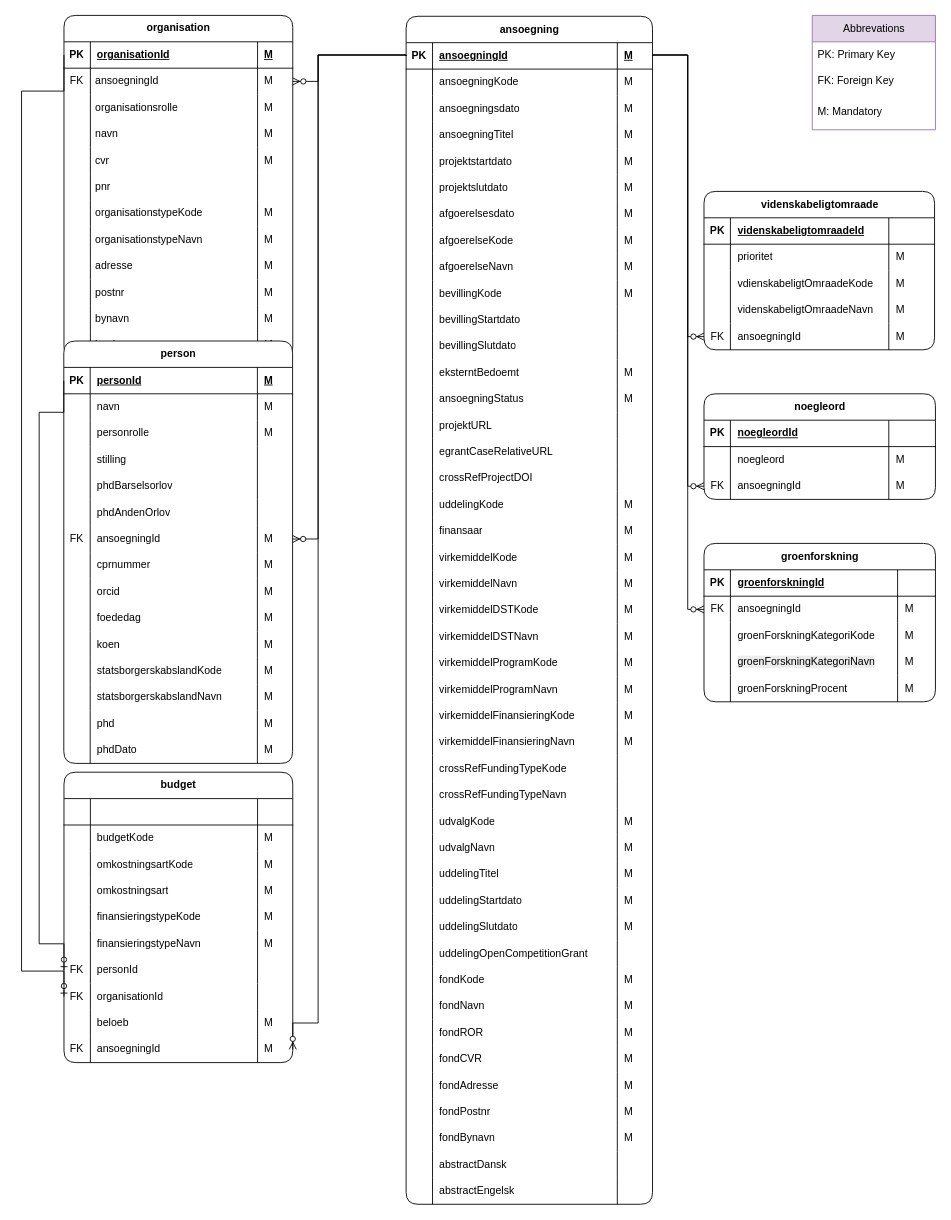
thomas-lange-dk/Grants keeps this draw.io diagram as page "NY Raw" (4 of 5) of Grants model.drawio. Above is the earlier version. Source tidied: cells renumbered, new cells numbered last; positions are measured from the earlier drawing's top-left corner, leaving out a move shared by most shapes. Both pictures are drawn from the tidied source at 88%, with x=0, y=0 at pixel (21, 15).
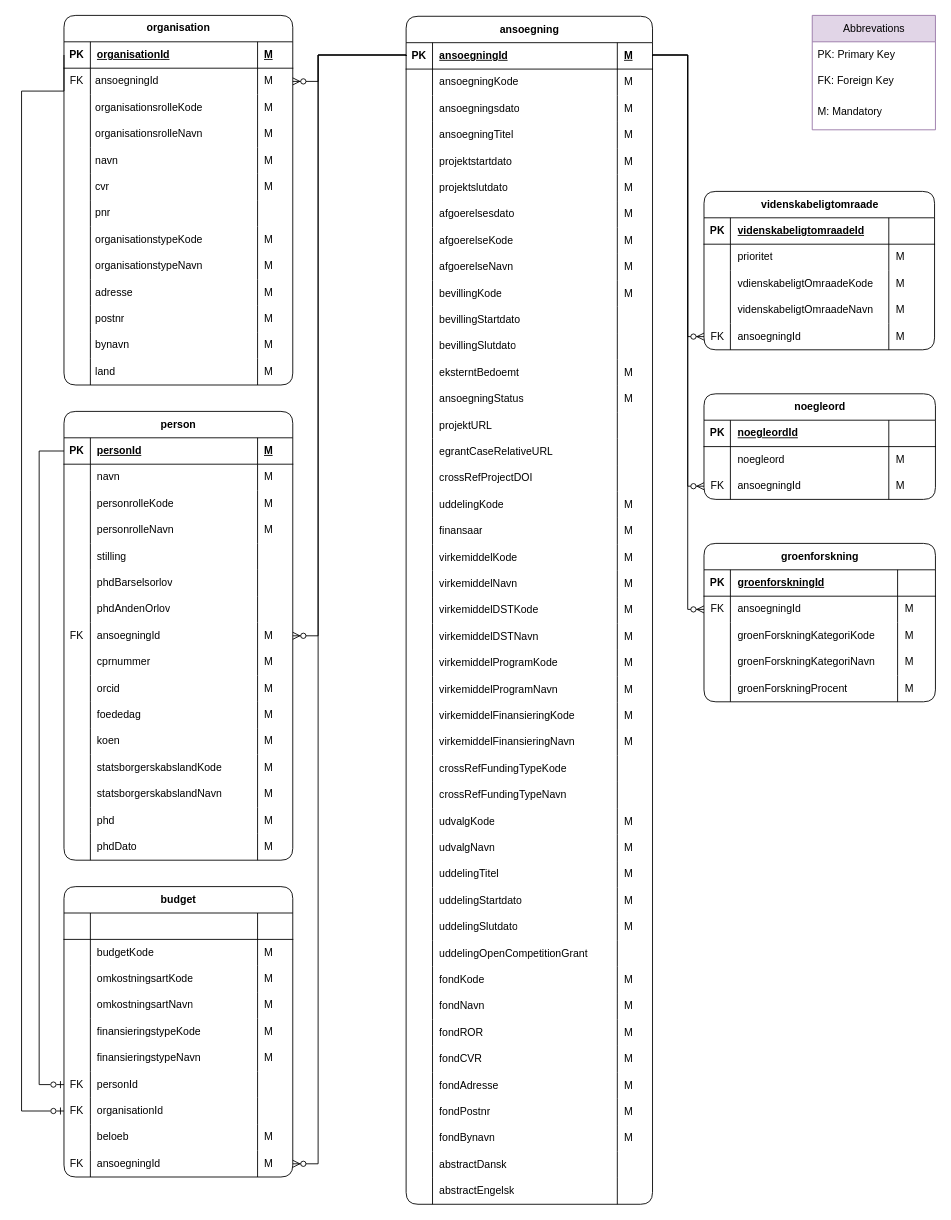
Above is the later version.

Unchanged cells that the change refers to:
```xml
<mxCell id="4" value="PK" style="shape=partialRectangle;fillColor=none;top=0;left=0;bottom=0;right=0;fontStyle=1;overflow=hidden;whiteSpace=wrap;html=1;shadow=0;spacingBottom=0;spacingTop=0;" parent="3" vertex="1">
  <mxGeometry width="30" height="30" as="geometry" />
</mxCell>
<mxCell id="11" style="shape=tableRow;horizontal=0;startSize=0;swimlaneHead=0;swimlaneBody=0;fillColor=none;top=0;left=0;right=0;bottom=0;shadow=0;spacingBottom=0;spacingTop=0;" parent="2" vertex="1">
  <mxGeometry y="90" width="260" height="30" as="geometry" />
</mxCell>
<mxCell id="92" value="PK" style="shape=partialRectangle;fillColor=none;top=0;left=0;bottom=0;right=0;fontStyle=1;overflow=hidden;whiteSpace=wrap;html=1;shadow=0;" parent="91" vertex="1">
  <mxGeometry width="30" height="30" as="geometry" />
</mxCell>
<mxCell id="269" value="PK" style="shape=partialRectangle;fillColor=none;top=0;left=0;bottom=0;right=0;fontStyle=1;overflow=hidden;whiteSpace=wrap;html=1;shadow=0;" parent="268" vertex="1">
  <mxGeometry width="30" height="30" as="geometry" />
</mxCell>
<mxCell id="276" style="shape=tableRow;horizontal=0;startSize=0;swimlaneHead=0;swimlaneBody=0;fillColor=none;top=0;left=0;right=0;bottom=0;shadow=0;" parent="267" vertex="1">
  <mxGeometry y="90" width="260" height="30" as="geometry" />
</mxCell>
<mxCell id="295" value="M" style="shape=partialRectangle;fillColor=none;top=0;left=0;bottom=0;right=0;align=left;spacingLeft=6;overflow=hidden;whiteSpace=wrap;html=1;shadow=0;" parent="292" vertex="1">
  <mxGeometry x="220" width="40" height="30" as="geometry" />
</mxCell>
<mxCell id="341" style="shape=tableRow;horizontal=0;startSize=0;swimlaneHead=0;swimlaneBody=0;fillColor=none;top=0;left=0;right=0;bottom=0;shadow=0;" parent="328" vertex="1">
  <mxGeometry y="120" width="260" height="30" as="geometry" />
</mxCell>
<mxCell id="354" value="FK" style="shape=partialRectangle;fillColor=none;top=0;left=0;bottom=0;right=0;overflow=hidden;whiteSpace=wrap;html=1;shadow=0;" parent="353" vertex="1">
  <mxGeometry width="30" height="30" as="geometry" />
</mxCell>
<mxCell id="358" value="FK" style="shape=partialRectangle;fillColor=none;top=0;left=0;bottom=0;right=0;overflow=hidden;whiteSpace=wrap;html=1;shadow=0;" parent="357" vertex="1">
  <mxGeometry width="30" height="30" as="geometry" />
</mxCell>
<mxCell id="368" value="M" style="shape=partialRectangle;fillColor=none;top=0;left=0;bottom=0;right=0;align=left;spacingLeft=6;overflow=hidden;whiteSpace=wrap;html=1;shadow=0;" parent="365" vertex="1">
  <mxGeometry x="220" width="40" height="30" as="geometry" />
</mxCell>
<mxCell id="388" style="shape=tableRow;horizontal=0;startSize=0;swimlaneHead=0;swimlaneBody=0;fillColor=none;top=0;left=0;right=0;bottom=0;shadow=0;" parent="375" vertex="1">
  <mxGeometry y="120" width="263" height="30" as="geometry" />
</mxCell>
```

Diff of the diagram source:
```diff
@@
     <mxCell id="2" value="organisation" style="shape=table;startSize=30;childLayout=tableLayout;rowLines=0;fontStyle=1;align=center;html=1;rounded=1;shadow=0;spacing=-3;spacingTop=-3;" parent="1" vertex="1">
-      <mxGeometry x="48.2" width="260" height="390" as="geometry" />
+      <mxGeometry x="48.2" width="260" height="420" as="geometry" />
     </mxCell>
@@
-    <mxCell id="13" value="organisationsrolle" style="shape=partialRectangle;fillColor=none;top=0;left=0;bottom=0;right=0;align=left;spacingLeft=6;overflow=hidden;whiteSpace=wrap;html=1;shadow=0;spacing=0;spacingBottom=0;spacingTop=0;verticalAlign=middle;" parent="11" vertex="1">
+    <mxCell id="13" value="organisationsrolleKode" style="shape=partialRectangle;fillColor=none;top=0;left=0;bottom=0;right=0;align=left;spacingLeft=6;overflow=hidden;whiteSpace=wrap;html=1;shadow=0;spacing=0;spacingBottom=0;spacingTop=0;verticalAlign=middle;" parent="11" vertex="1">
       <mxGeometry x="30" width="190" height="30" as="geometry" />
     </mxCell>
@@
+    <mxCell id="397" style="shape=tableRow;horizontal=0;startSize=0;swimlaneHead=0;swimlaneBody=0;fillColor=none;top=0;left=0;right=0;bottom=0;shadow=0;spacingBottom=0;spacingTop=0;" parent="2" vertex="1">
+      <mxGeometry y="120" width="260" height="30" as="geometry" />
+    </mxCell>
+    <mxCell id="398" style="shape=partialRectangle;fillColor=none;top=0;left=0;bottom=0;right=0;overflow=hidden;whiteSpace=wrap;html=1;shadow=0;spacingBottom=0;spacingTop=0;" parent="397" vertex="1">
+      <mxGeometry width="30" height="30" as="geometry" />
+    </mxCell>
+    <mxCell id="399" value="organisationsrolleNavn" style="shape=partialRectangle;fillColor=none;top=0;left=0;bottom=0;right=0;align=left;spacingLeft=6;overflow=hidden;whiteSpace=wrap;html=1;shadow=0;spacing=0;spacingBottom=0;spacingTop=0;verticalAlign=middle;" parent="397" vertex="1">
+      <mxGeometry x="30" width="190" height="30" as="geometry" />
+    </mxCell>
+    <mxCell id="400" value="M" style="shape=partialRectangle;fillColor=none;top=0;left=0;bottom=0;right=0;align=left;spacingLeft=6;overflow=hidden;whiteSpace=wrap;html=1;shadow=0;spacingBottom=0;spacingTop=0;" parent="397" vertex="1">
+      <mxGeometry x="220" width="40" height="30" as="geometry" />
+    </mxCell>
     <mxCell id="15" style="shape=tableRow;horizontal=0;startSize=0;swimlaneHead=0;swimlaneBody=0;fillColor=none;top=0;left=0;right=0;bottom=0;shadow=0;spacingBottom=0;spacingTop=0;" parent="2" vertex="1">
-      <mxGeometry y="120" width="260" height="30" as="geometry" />
+      <mxGeometry y="150" width="260" height="30" as="geometry" />
     </mxCell>
@@
     <mxCell id="19" style="shape=tableRow;horizontal=0;startSize=0;swimlaneHead=0;swimlaneBody=0;fillColor=none;top=0;left=0;right=0;bottom=0;shadow=0;spacingBottom=0;spacingTop=0;" parent="2" vertex="1">
-      <mxGeometry y="150" width="260" height="30" as="geometry" />
+      <mxGeometry y="180" width="260" height="30" as="geometry" />
     </mxCell>
@@
     <mxCell id="23" style="shape=tableRow;horizontal=0;startSize=0;swimlaneHead=0;swimlaneBody=0;fillColor=none;top=0;left=0;right=0;bottom=0;shadow=0;spacingBottom=0;spacingTop=0;" parent="2" vertex="1">
-      <mxGeometry y="180" width="260" height="30" as="geometry" />
+      <mxGeometry y="210" width="260" height="30" as="geometry" />
     </mxCell>
@@
     <mxCell id="27" style="shape=tableRow;horizontal=0;startSize=0;swimlaneHead=0;swimlaneBody=0;fillColor=none;top=0;left=0;right=0;bottom=0;shadow=0;spacingBottom=0;spacingTop=0;" parent="2" vertex="1">
-      <mxGeometry y="210" width="260" height="30" as="geometry" />
+      <mxGeometry y="240" width="260" height="30" as="geometry" />
     </mxCell>
@@
     <mxCell id="31" style="shape=tableRow;horizontal=0;startSize=0;swimlaneHead=0;swimlaneBody=0;fillColor=none;top=0;left=0;right=0;bottom=0;shadow=0;spacingBottom=0;spacingTop=0;" parent="2" vertex="1">
-      <mxGeometry y="240" width="260" height="30" as="geometry" />
+      <mxGeometry y="270" width="260" height="30" as="geometry" />
     </mxCell>
@@
     <mxCell id="35" style="shape=tableRow;horizontal=0;startSize=0;swimlaneHead=0;swimlaneBody=0;fillColor=none;top=0;left=0;right=0;bottom=0;shadow=0;spacingBottom=0;spacingTop=0;" parent="2" vertex="1">
-      <mxGeometry y="270" width="260" height="30" as="geometry" />
+      <mxGeometry y="300" width="260" height="30" as="geometry" />
     </mxCell>
@@
     <mxCell id="39" style="shape=tableRow;horizontal=0;startSize=0;swimlaneHead=0;swimlaneBody=0;fillColor=none;top=0;left=0;right=0;bottom=0;shadow=0;spacingBottom=0;spacingTop=0;" parent="2" vertex="1">
-      <mxGeometry y="300" width="260" height="30" as="geometry" />
+      <mxGeometry y="330" width="260" height="30" as="geometry" />
     </mxCell>
@@
     <mxCell id="43" style="shape=tableRow;horizontal=0;startSize=0;swimlaneHead=0;swimlaneBody=0;fillColor=none;top=0;left=0;right=0;bottom=0;shadow=0;spacingBottom=0;spacingTop=0;" parent="2" vertex="1">
-      <mxGeometry y="330" width="260" height="30" as="geometry" />
+      <mxGeometry y="360" width="260" height="30" as="geometry" />
     </mxCell>
@@
     <mxCell id="47" style="shape=tableRow;horizontal=0;startSize=0;swimlaneHead=0;swimlaneBody=0;fillColor=none;top=0;left=0;right=0;bottom=0;shadow=0;spacingBottom=0;spacingTop=0;" parent="2" vertex="1">
-      <mxGeometry y="360" width="260" height="30" as="geometry" />
+      <mxGeometry y="390" width="260" height="30" as="geometry" />
     </mxCell>
@@
     <mxCell id="267" value="person" style="shape=table;startSize=30;childLayout=tableLayout;rowLines=0;fontStyle=1;align=center;html=1;shadow=0;rounded=1;" parent="1" vertex="1">
-      <mxGeometry x="48" y="370" width="260" height="480" as="geometry" />
+      <mxGeometry x="48.2" y="450" width="260" height="510" as="geometry" />
     </mxCell>
@@
-    <mxCell id="278" value="personrolle" style="shape=partialRectangle;fillColor=none;top=0;left=0;bottom=0;right=0;align=left;spacingLeft=6;overflow=hidden;whiteSpace=wrap;html=1;shadow=0;" parent="276" vertex="1">
+    <mxCell id="278" value="personrolleKode" style="shape=partialRectangle;fillColor=none;top=0;left=0;bottom=0;right=0;align=left;spacingLeft=6;overflow=hidden;whiteSpace=wrap;html=1;shadow=0;" parent="276" vertex="1">
       <mxGeometry x="30" width="190" height="30" as="geometry" />
     </mxCell>
@@
+    <mxCell id="401" style="shape=tableRow;horizontal=0;startSize=0;swimlaneHead=0;swimlaneBody=0;fillColor=none;top=0;left=0;right=0;bottom=0;shadow=0;" parent="267" vertex="1">
+      <mxGeometry y="120" width="260" height="30" as="geometry" />
+    </mxCell>
+    <mxCell id="402" style="shape=partialRectangle;fillColor=none;top=0;left=0;bottom=0;right=0;overflow=hidden;whiteSpace=wrap;html=1;shadow=0;" parent="401" vertex="1">
+      <mxGeometry width="30" height="30" as="geometry" />
+    </mxCell>
+    <mxCell id="403" value="personrolleNavn" style="shape=partialRectangle;fillColor=none;top=0;left=0;bottom=0;right=0;align=left;spacingLeft=6;overflow=hidden;whiteSpace=wrap;html=1;shadow=0;" parent="401" vertex="1">
+      <mxGeometry x="30" width="190" height="30" as="geometry" />
+    </mxCell>
+    <mxCell id="404" value="M" style="shape=partialRectangle;fillColor=none;top=0;left=0;bottom=0;right=0;align=left;spacingLeft=6;overflow=hidden;whiteSpace=wrap;html=1;shadow=0;" parent="401" vertex="1">
+      <mxGeometry x="220" width="40" height="30" as="geometry" />
+    </mxCell>
     <mxCell id="280" style="shape=tableRow;horizontal=0;startSize=0;swimlaneHead=0;swimlaneBody=0;fillColor=none;top=0;left=0;right=0;bottom=0;shadow=0;" parent="267" vertex="1">
-      <mxGeometry y="120" width="260" height="30" as="geometry" />
+      <mxGeometry y="150" width="260" height="30" as="geometry" />
     </mxCell>
@@
     <mxCell id="284" style="shape=tableRow;horizontal=0;startSize=0;swimlaneHead=0;swimlaneBody=0;fillColor=none;top=0;left=0;right=0;bottom=0;shadow=0;" parent="267" vertex="1">
-      <mxGeometry y="150" width="260" height="30" as="geometry" />
+      <mxGeometry y="180" width="260" height="30" as="geometry" />
     </mxCell>
@@
     <mxCell id="288" style="shape=tableRow;horizontal=0;startSize=0;swimlaneHead=0;swimlaneBody=0;fillColor=none;top=0;left=0;right=0;bottom=0;shadow=0;" parent="267" vertex="1">
-      <mxGeometry y="180" width="260" height="30" as="geometry" />
+      <mxGeometry y="210" width="260" height="30" as="geometry" />
     </mxCell>
@@
     <mxCell id="292" style="shape=tableRow;horizontal=0;startSize=0;swimlaneHead=0;swimlaneBody=0;fillColor=none;top=0;left=0;right=0;bottom=0;shadow=0;" parent="267" vertex="1">
-      <mxGeometry y="210" width="260" height="30" as="geometry" />
+      <mxGeometry y="240" width="260" height="30" as="geometry" />
     </mxCell>
@@
     <mxCell id="296" style="shape=tableRow;horizontal=0;startSize=0;swimlaneHead=0;swimlaneBody=0;fillColor=none;top=0;left=0;right=0;bottom=0;shadow=0;" parent="267" vertex="1">
-      <mxGeometry y="240" width="260" height="30" as="geometry" />
+      <mxGeometry y="270" width="260" height="30" as="geometry" />
     </mxCell>
@@
     <mxCell id="300" style="shape=tableRow;horizontal=0;startSize=0;swimlaneHead=0;swimlaneBody=0;fillColor=none;top=0;left=0;right=0;bottom=0;shadow=0;" parent="267" vertex="1">
-      <mxGeometry y="270" width="260" height="30" as="geometry" />
+      <mxGeometry y="300" width="260" height="30" as="geometry" />
     </mxCell>
@@
     <mxCell id="304" style="shape=tableRow;horizontal=0;startSize=0;swimlaneHead=0;swimlaneBody=0;fillColor=none;top=0;left=0;right=0;bottom=0;shadow=0;" parent="267" vertex="1">
-      <mxGeometry y="300" width="260" height="30" as="geometry" />
+      <mxGeometry y="330" width="260" height="30" as="geometry" />
     </mxCell>
@@
     <mxCell id="308" style="shape=tableRow;horizontal=0;startSize=0;swimlaneHead=0;swimlaneBody=0;fillColor=none;top=0;left=0;right=0;bottom=0;shadow=0;" parent="267" vertex="1">
-      <mxGeometry y="330" width="260" height="30" as="geometry" />
+      <mxGeometry y="360" width="260" height="30" as="geometry" />
     </mxCell>
@@
     <mxCell id="312" style="shape=tableRow;horizontal=0;startSize=0;swimlaneHead=0;swimlaneBody=0;fillColor=none;top=0;left=0;right=0;bottom=0;shadow=0;" parent="267" vertex="1">
-      <mxGeometry y="360" width="260" height="30" as="geometry" />
+      <mxGeometry y="390" width="260" height="30" as="geometry" />
     </mxCell>
@@
     <mxCell id="316" style="shape=tableRow;horizontal=0;startSize=0;swimlaneHead=0;swimlaneBody=0;fillColor=none;top=0;left=0;right=0;bottom=0;shadow=0;" parent="267" vertex="1">
-      <mxGeometry y="390" width="260" height="30" as="geometry" />
+      <mxGeometry y="420" width="260" height="30" as="geometry" />
     </mxCell>
@@
     <mxCell id="320" style="shape=tableRow;horizontal=0;startSize=0;swimlaneHead=0;swimlaneBody=0;fillColor=none;top=0;left=0;right=0;bottom=0;shadow=0;" parent="267" vertex="1">
-      <mxGeometry y="420" width="260" height="30" as="geometry" />
+      <mxGeometry y="450" width="260" height="30" as="geometry" />
     </mxCell>
@@
     <mxCell id="324" style="shape=tableRow;horizontal=0;startSize=0;swimlaneHead=0;swimlaneBody=0;fillColor=none;top=0;left=0;right=0;bottom=0;shadow=0;" parent="267" vertex="1">
-      <mxGeometry y="450" width="260" height="30" as="geometry" />
+      <mxGeometry y="480" width="260" height="30" as="geometry" />
     </mxCell>
@@
     <mxCell id="328" value="budget" style="shape=table;startSize=30;childLayout=tableLayout;rowLines=0;fontStyle=1;align=center;html=1;shadow=0;rounded=1;" parent="1" vertex="1">
-      <mxGeometry x="48.2" y="860" width="260" height="330" as="geometry" />
+      <mxGeometry x="48.2" y="990" width="260" height="330" as="geometry" />
     </mxCell>
@@
-    <mxCell id="343" value="omkostningsart" style="shape=partialRectangle;fillColor=none;top=0;left=0;bottom=0;right=0;align=left;spacingLeft=6;overflow=hidden;whiteSpace=wrap;html=1;shadow=0;" parent="341" vertex="1">
+    <mxCell id="343" value="omkostningsartNavn" style="shape=partialRectangle;fillColor=none;top=0;left=0;bottom=0;right=0;align=left;spacingLeft=6;overflow=hidden;whiteSpace=wrap;html=1;shadow=0;" parent="341" vertex="1">
       <mxGeometry x="30" width="190" height="30" as="geometry" />
     </mxCell>
@@
     <mxCell id="370" style="fontSize=12;html=1;endArrow=ERzeroToMany;endFill=1;rounded=0;shadow=0;edgeStyle=orthogonalEdgeStyle;entryX=1;entryY=0.5;entryDx=0;entryDy=0;exitX=0;exitY=0.5;exitDx=0;exitDy=0;" parent="1" edge="1" source="92" target="295">
       <mxGeometry relative="1" as="geometry">
         <Array as="points">
           <mxPoint x="337" y="45" />
-          <mxPoint x="337" y="595" />
+          <mxPoint x="337" y="705" />
         </Array>
       </mxGeometry>
     </mxCell>
@@
     <mxCell id="372" style="fontSize=12;html=1;endArrow=ERzeroToOne;endFill=0;rounded=0;shadow=0;edgeStyle=orthogonalEdgeStyle;exitX=0;exitY=0.5;exitDx=0;exitDy=0;entryX=0;entryY=0.5;entryDx=0;entryDy=0;" parent="1" edge="1" source="269" target="354">
       <mxGeometry relative="1" as="geometry">
         <Array as="points">
-          <mxPoint x="20" y="451" />
-          <mxPoint x="20" y="1055" />
+          <mxPoint x="20" y="495" />
+          <mxPoint x="20" y="1215" />
         </Array>
       </mxGeometry>
     </mxCell>
     <mxCell id="373" style="edgeStyle=orthogonalEdgeStyle;fontSize=12;html=1;endArrow=ERzeroToMany;endFill=1;rounded=0;shadow=0;entryX=1;entryY=0.5;entryDx=0;entryDy=0;exitX=0;exitY=0.5;exitDx=0;exitDy=0;" parent="1" edge="1" source="92" target="368">
       <mxGeometry relative="1" as="geometry">
         <Array as="points">
           <mxPoint x="337" y="45" />
-          <mxPoint x="337" y="1145" />
-          <mxPoint x="308" y="1145" />
+          <mxPoint x="337" y="1305" />
         </Array>
       </mxGeometry>
     </mxCell>
     <mxCell id="374" style="fontSize=12;html=1;endArrow=ERzeroToOne;endFill=0;rounded=0;shadow=0;edgeStyle=orthogonalEdgeStyle;exitX=0;exitY=0.5;exitDx=0;exitDy=0;entryX=0;entryY=0.5;entryDx=0;entryDy=0;" parent="1" edge="1" source="4" target="358">
       <mxGeometry relative="1" as="geometry">
         <Array as="points">
+          <mxPoint x="48" y="86" />
           <mxPoint y="86" />
-          <mxPoint y="1086" />
+          <mxPoint y="1245" />
         </Array>
       </mxGeometry>
     </mxCell>
@@
-    <mxCell id="390" value="&lt;span style=&quot;color: rgb(0, 0, 0); font-family: Helvetica; font-size: 12px; font-style: normal; font-variant-ligatures: normal; font-variant-caps: normal; font-weight: 400; letter-spacing: normal; orphans: 2; text-align: left; text-indent: 0px; text-transform: none; widows: 2; word-spacing: 0px; -webkit-text-stroke-width: 0px; white-space: normal; background-color: rgb(236, 236, 236); text-decoration-thickness: initial; text-decoration-style: initial; text-decoration-color: initial; float: none; display: inline !important;&quot;&gt;groenForskningKategoriNavn&lt;/span&gt;" style="shape=partialRectangle;fillColor=none;top=0;left=0;bottom=0;right=0;align=left;spacingLeft=6;overflow=hidden;whiteSpace=wrap;html=1;shadow=0;" parent="388" vertex="1">
+    <mxCell id="390" value="&lt;span style=&quot;color: rgb(0, 0, 0); font-family: Helvetica; font-size: 12px; font-style: normal; font-variant-ligatures: normal; font-variant-caps: normal; font-weight: 400; letter-spacing: normal; orphans: 2; text-align: left; text-indent: 0px; text-transform: none; widows: 2; word-spacing: 0px; -webkit-text-stroke-width: 0px; white-space: normal; text-decoration-thickness: initial; text-decoration-style: initial; text-decoration-color: initial; float: none; display: inline !important;&quot;&gt;groenForskningKategoriNavn&lt;/span&gt;" style="shape=partialRectangle;fillColor=none;top=0;left=0;bottom=0;right=0;align=left;spacingLeft=6;overflow=hidden;whiteSpace=wrap;html=1;shadow=0;" parent="388" vertex="1">
       <mxGeometry x="30" width="190" height="30" as="geometry" />
     </mxCell>
```
